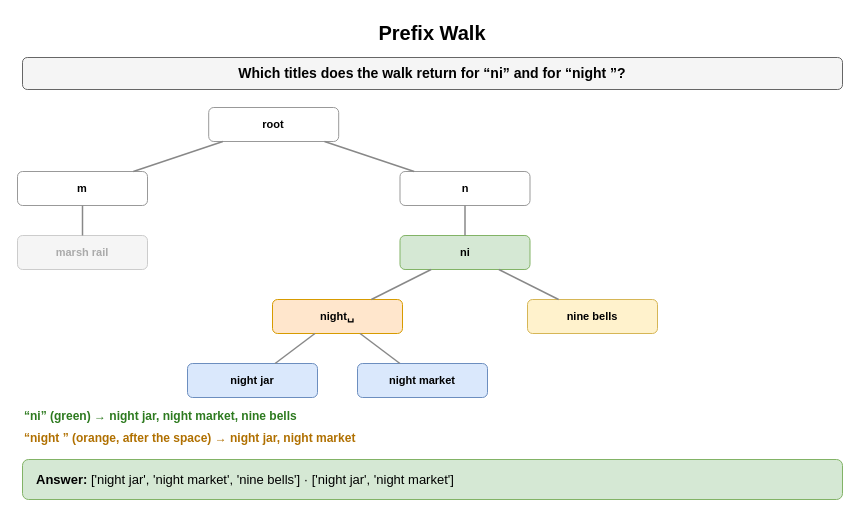
amendez13/swe-study-guide keeps this draw.io diagram as page "Prefix Walk" (1 of 8) of content/09_System_Design_Interview/18_Search_Autocomplete_and_Information_Retrieval/diagrams/search-drills.drawio. Above is the earlier version. Source tidied: cells renumbered, new cells numbered last; positions are measured from the earlier drawing's top-left corner, leaving out a move shared by most shapes. Both pictures are drawn from the tidied source at 100%, with x=0, y=0 at pixel (17, 17).
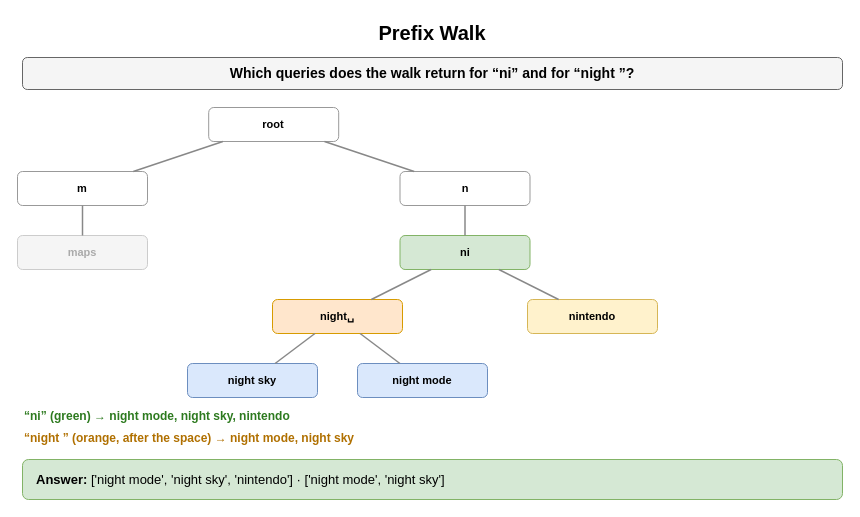
The same diagram, later.

Diff of the diagram source:
```diff
@@
-    <mxCell id="3" value="Which titles does the walk return for “ni” and for “night ”?" style="rounded=1;whiteSpace=wrap;html=1;fillColor=#f5f5f5;strokeColor=#666666;fontStyle=1;fontSize=14;" parent="1" vertex="1">
+    <mxCell id="3" value="Which queries does the walk return for “ni” and for “night ”?" style="rounded=1;whiteSpace=wrap;html=1;fillColor=#f5f5f5;strokeColor=#666666;fontStyle=1;fontSize=14;" parent="1" vertex="1">
       <mxGeometry x="5" y="40" width="820" height="32" as="geometry" />
     </mxCell>
@@
-    <mxCell id="6" value="marsh rail" style="rounded=1;whiteSpace=wrap;html=1;fillColor=#f5f5f5;strokeColor=#cccccc;fontSize=11;align=center;fontStyle=1;fontColor=#aaaaaa;" parent="1" vertex="1">
+    <mxCell id="6" value="maps" style="rounded=1;whiteSpace=wrap;html=1;fillColor=#f5f5f5;strokeColor=#cccccc;fontSize=11;align=center;fontStyle=1;fontColor=#aaaaaa;" parent="1" vertex="1">
       <mxGeometry y="218" width="130" height="34" as="geometry" />
     </mxCell>
@@
-    <mxCell id="12" value="night jar" style="rounded=1;whiteSpace=wrap;html=1;fillColor=#dae8fc;strokeColor=#6c8ebf;fontSize=11;align=center;fontStyle=1;" parent="1" vertex="1">
+    <mxCell id="12" value="night sky" style="rounded=1;whiteSpace=wrap;html=1;fillColor=#dae8fc;strokeColor=#6c8ebf;fontSize=11;align=center;fontStyle=1;" parent="1" vertex="1">
       <mxGeometry x="170" y="346" width="130" height="34" as="geometry" />
     </mxCell>
@@
-    <mxCell id="14" value="night market" style="rounded=1;whiteSpace=wrap;html=1;fillColor=#dae8fc;strokeColor=#6c8ebf;fontSize=11;align=center;fontStyle=1;" parent="1" vertex="1">
+    <mxCell id="14" value="night mode" style="rounded=1;whiteSpace=wrap;html=1;fillColor=#dae8fc;strokeColor=#6c8ebf;fontSize=11;align=center;fontStyle=1;" parent="1" vertex="1">
       <mxGeometry x="340" y="346" width="130" height="34" as="geometry" />
     </mxCell>
@@
-    <mxCell id="17" value="nine bells" style="rounded=1;whiteSpace=wrap;html=1;fillColor=#fff2cc;strokeColor=#d6b656;fontSize=11;align=center;fontStyle=1;" parent="1" vertex="1">
+    <mxCell id="17" value="nintendo" style="rounded=1;whiteSpace=wrap;html=1;fillColor=#fff2cc;strokeColor=#d6b656;fontSize=11;align=center;fontStyle=1;" parent="1" vertex="1">
       <mxGeometry x="510" y="282" width="130" height="34" as="geometry" />
     </mxCell>
@@
-    <mxCell id="21" value="“ni” (green) → night jar, night market, nine bells" style="text;html=1;whiteSpace=wrap;fontSize=11;align=left;verticalAlign=middle;fontSize=12;fontColor=#2d7a1f;fontStyle=1;" parent="1" vertex="1">
+    <mxCell id="21" value="“ni” (green) → night mode, night sky, nintendo" style="text;html=1;whiteSpace=wrap;fontSize=11;align=left;verticalAlign=middle;fontSize=12;fontColor=#2d7a1f;fontStyle=1;" parent="1" vertex="1">
       <mxGeometry x="5" y="390" width="820" height="18" as="geometry" />
     </mxCell>
-    <mxCell id="22" value="“night ” (orange, after the space) → night jar, night market" style="text;html=1;whiteSpace=wrap;fontSize=11;align=left;verticalAlign=middle;fontSize=12;fontColor=#b07000;fontStyle=1;" parent="1" vertex="1">
+    <mxCell id="22" value="“night ” (orange, after the space) → night mode, night sky" style="text;html=1;whiteSpace=wrap;fontSize=11;align=left;verticalAlign=middle;fontSize=12;fontColor=#b07000;fontStyle=1;" parent="1" vertex="1">
       <mxGeometry x="5" y="412" width="820" height="18" as="geometry" />
     </mxCell>
-    <mxCell id="23" value="&lt;b&gt;Answer:&lt;/b&gt; ['night jar', 'night market', 'nine bells'] · ['night jar', 'night market']" style="rounded=1;whiteSpace=wrap;html=1;fillColor=#d5e8d4;strokeColor=#82b366;fontSize=13;align=left;spacingLeft=12;" parent="1" vertex="1">
+    <mxCell id="23" value="&lt;b&gt;Answer:&lt;/b&gt; ['night mode', 'night sky', 'nintendo'] · ['night mode', 'night sky']" style="rounded=1;whiteSpace=wrap;html=1;fillColor=#d5e8d4;strokeColor=#82b366;fontSize=13;align=left;spacingLeft=12;" parent="1" vertex="1">
       <mxGeometry x="5" y="442" width="820" height="40" as="geometry" />
     </mxCell>
```
